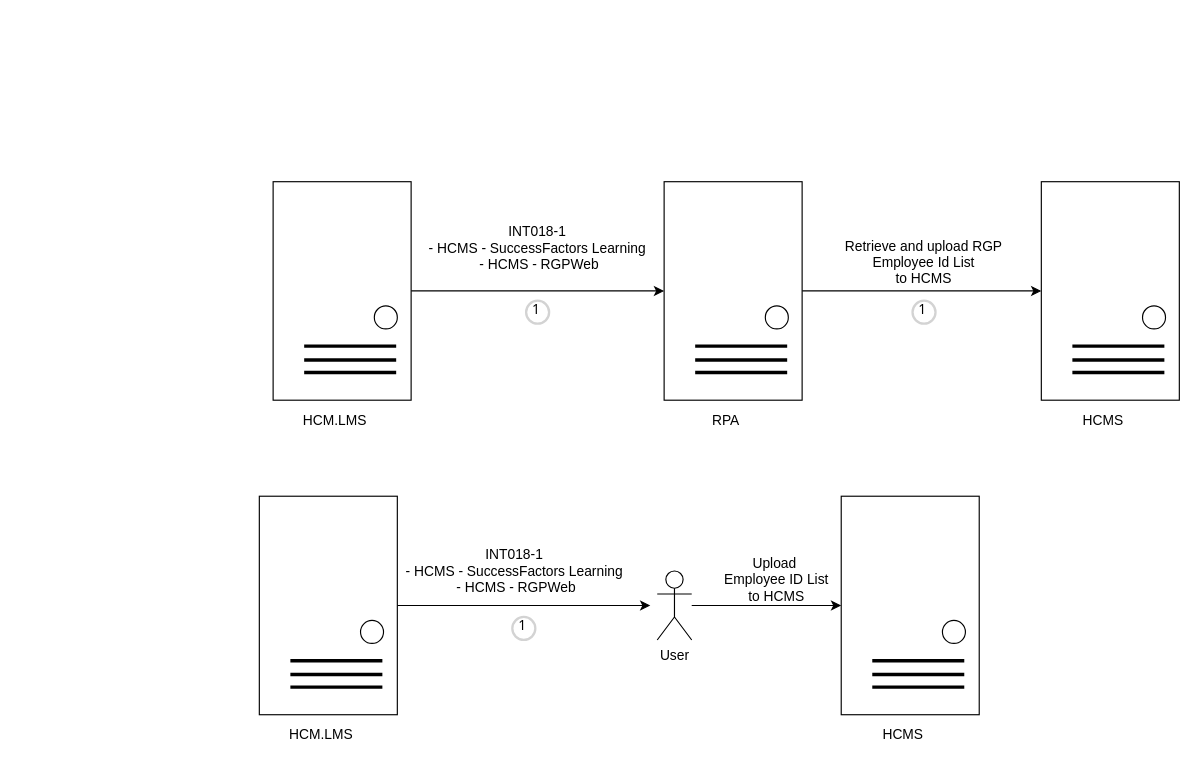
wsxad234/flowchart keeps this draw.io diagram as page "HCMS" (3 of 16) of Untitled Diagram.drawio. Above is the earlier version. Source tidied: cells renumbered, new cells numbered last; positions are measured from the earlier drawing's top-left corner, leaving out a move shared by most shapes. Both pictures are drawn from the tidied source at 115%, with x=0, y=0 at pixel (259, 181).
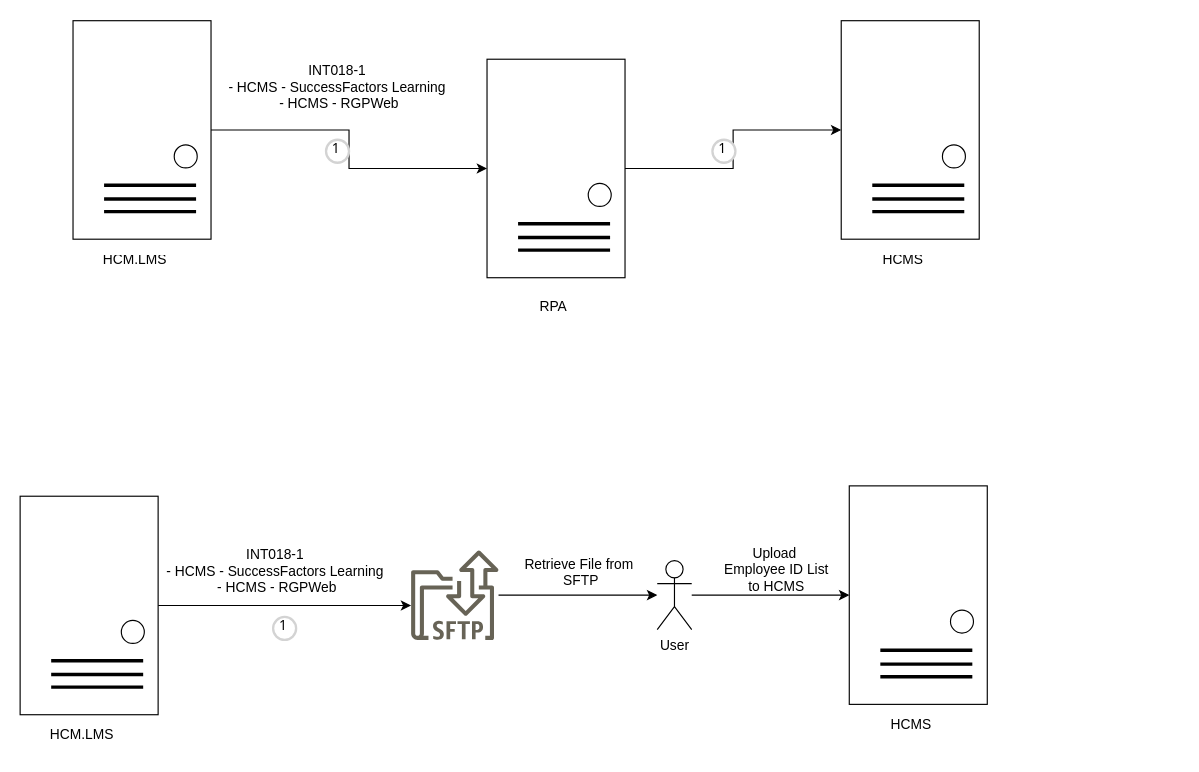
Above is the later version.

Diff of the diagram source:
```diff
@@
     <mxCell id="3" style="rounded=0;whiteSpace=wrap;html=1;" parent="1" vertex="1">
-      <mxGeometry x="12" y="0.5" width="120" height="190" as="geometry" />
+      <mxGeometry x="-162" y="-139.5" width="120" height="190" as="geometry" />
     </mxCell>
     <mxCell id="4" style="ellipse;whiteSpace=wrap;html=1;direction=south;" parent="1" vertex="1">
-      <mxGeometry x="100" y="108.5" width="20" height="20" as="geometry" />
+      <mxGeometry x="-74" y="-31.5" width="20" height="20" as="geometry" />
     </mxCell>
     <mxCell id="5" value="HCM.LMS" style="text;html=1;strokeColor=none;fillColor=none;align=center;verticalAlign=middle;whiteSpace=wrap;rounded=0;" parent="1" vertex="1">
-      <mxGeometry x="36" y="193.5" width="60" height="30" as="geometry" />
+      <mxGeometry x="-138" y="53.5" width="60" height="30" as="geometry" />
     </mxCell>
     <mxCell id="6" style="endArrow=none;html=1;rounded=0;align=center;strokeWidth=3;" parent="1" edge="1">
       <mxGeometry relative="1" as="geometry">
-        <mxPoint x="39" y="143.5" as="sourcePoint" />
-        <mxPoint x="119" y="143.5" as="targetPoint" />
+        <mxPoint x="-135" y="3.5" as="sourcePoint" />
+        <mxPoint x="-55" y="3.5" as="targetPoint" />
       </mxGeometry>
     </mxCell>
     <mxCell id="7" style="endArrow=none;html=1;rounded=0;align=center;strokeWidth=3;" parent="1" edge="1">
       <mxGeometry relative="1" as="geometry">
-        <mxPoint x="39" y="155.5" as="sourcePoint" />
-        <mxPoint x="119" y="155.5" as="targetPoint" />
+        <mxPoint x="-135" y="15.5" as="sourcePoint" />
+        <mxPoint x="-55" y="15.5" as="targetPoint" />
       </mxGeometry>
     </mxCell>
     <mxCell id="8" style="endArrow=none;html=1;rounded=0;align=center;strokeWidth=3;" parent="1" edge="1">
       <mxGeometry relative="1" as="geometry">
-        <mxPoint x="39" y="166.5" as="sourcePoint" />
-        <mxPoint x="119" y="166.5" as="targetPoint" />
+        <mxPoint x="-135" y="26.5" as="sourcePoint" />
+        <mxPoint x="-55" y="26.5" as="targetPoint" />
       </mxGeometry>
     </mxCell>
     <mxCell id="9" style="rounded=0;whiteSpace=wrap;html=1;" parent="1" vertex="1">
-      <mxGeometry x="680" y="0.5" width="120" height="190" as="geometry" />
+      <mxGeometry x="506" y="-139.5" width="120" height="190" as="geometry" />
     </mxCell>
     <mxCell id="10" style="ellipse;whiteSpace=wrap;html=1;direction=south;" parent="1" vertex="1">
-      <mxGeometry x="768" y="108.5" width="20" height="20" as="geometry" />
+      <mxGeometry x="594" y="-31.5" width="20" height="20" as="geometry" />
     </mxCell>
     <mxCell id="11" value="HCMS" style="text;html=1;strokeColor=none;fillColor=none;align=center;verticalAlign=middle;whiteSpace=wrap;rounded=0;" parent="1" vertex="1">
-      <mxGeometry x="704" y="193.5" width="60" height="30" as="geometry" />
+      <mxGeometry x="530" y="53.5" width="60" height="30" as="geometry" />
     </mxCell>
     <mxCell id="12" style="endArrow=none;html=1;rounded=0;align=center;strokeWidth=3;" parent="1" edge="1">
       <mxGeometry relative="1" as="geometry">
-        <mxPoint x="707" y="143.5" as="sourcePoint" />
-        <mxPoint x="787" y="143.5" as="targetPoint" />
+        <mxPoint x="533" y="3.5" as="sourcePoint" />
+        <mxPoint x="613" y="3.5" as="targetPoint" />
       </mxGeometry>
     </mxCell>
     <mxCell id="13" style="endArrow=none;html=1;rounded=0;align=center;strokeWidth=3;" parent="1" edge="1">
       <mxGeometry relative="1" as="geometry">
-        <mxPoint x="707" y="155.5" as="sourcePoint" />
-        <mxPoint x="787" y="155.5" as="targetPoint" />
+        <mxPoint x="533" y="15.5" as="sourcePoint" />
+        <mxPoint x="613" y="15.5" as="targetPoint" />
       </mxGeometry>
     </mxCell>
     <mxCell id="14" style="endArrow=none;html=1;rounded=0;align=center;strokeWidth=3;" parent="1" edge="1">
       <mxGeometry relative="1" as="geometry">
-        <mxPoint x="707" y="166.5" as="sourcePoint" />
-        <mxPoint x="787" y="166.5" as="targetPoint" />
+        <mxPoint x="533" y="26.5" as="sourcePoint" />
+        <mxPoint x="613" y="26.5" as="targetPoint" />
       </mxGeometry>
     </mxCell>
     <mxCell id="15" value="&lt;br&gt;&lt;table style=&quot;border-collapse:&lt;br/&gt; collapse;width:305pt&quot; width=&quot;406&quot; cellspacing=&quot;0&quot; cellpadding=&quot;0&quot; border=&quot;0&quot;&gt;&lt;tbody&gt;&lt;tr style=&quot;height:14.4pt&quot; height=&quot;19&quot;&gt;  &lt;td style=&quot;height:14.4pt;width:305pt&quot; width=&quot;406&quot; class=&quot;xl66&quot; height=&quot;19&quot;&gt;INT018-1&lt;br&gt;  - HCMS - SuccessFactors Learning&lt;br&gt;&amp;nbsp;- HCMS - RGPWeb&lt;/td&gt;&lt;/tr&gt;&lt;/tbody&gt;&lt;/table&gt;" style="text;html=1;strokeColor=none;fillColor=none;align=center;verticalAlign=middle;whiteSpace=wrap;rounded=0;" parent="1" vertex="1">
-      <mxGeometry x="172" y="0.5" width="140" height="100" as="geometry" />
+      <mxGeometry x="-2" y="-139.5" width="140" height="100" as="geometry" />
     </mxCell>
     <mxCell id="16" value="1" style="ellipse;whiteSpace=wrap;html=1;strokeWidth=2;fontFamily=Tahoma;spacingBottom=4;spacingRight=2;strokeColor=#d3d3d3;" parent="1" vertex="1">
-      <mxGeometry x="232" y="104" width="20" height="20" as="geometry" />
+      <mxGeometry x="58" y="-36" width="20" height="20" as="geometry" />
     </mxCell>
@@
     <mxCell id="18" style="rounded=0;whiteSpace=wrap;html=1;" parent="1" vertex="1">
-      <mxGeometry x="352" y="0.5" width="120" height="190" as="geometry" />
+      <mxGeometry x="198" y="-106" width="120" height="190" as="geometry" />
     </mxCell>
     <mxCell id="19" style="ellipse;whiteSpace=wrap;html=1;direction=south;" parent="1" vertex="1">
-      <mxGeometry x="440" y="108.5" width="20" height="20" as="geometry" />
+      <mxGeometry x="286" y="2" width="20" height="20" as="geometry" />
     </mxCell>
     <mxCell id="20" value="RPA" style="text;html=1;strokeColor=none;fillColor=none;align=center;verticalAlign=middle;whiteSpace=wrap;rounded=0;" parent="1" vertex="1">
-      <mxGeometry x="376" y="193.5" width="60" height="30" as="geometry" />
+      <mxGeometry x="226" y="94" width="60" height="30" as="geometry" />
     </mxCell>
     <mxCell id="21" style="endArrow=none;html=1;rounded=0;align=center;strokeWidth=3;" parent="1" edge="1">
       <mxGeometry relative="1" as="geometry">
-        <mxPoint x="379" y="143.5" as="sourcePoint" />
-        <mxPoint x="459" y="143.5" as="targetPoint" />
+        <mxPoint x="225" y="37" as="sourcePoint" />
+        <mxPoint x="305" y="37" as="targetPoint" />
       </mxGeometry>
     </mxCell>
     <mxCell id="22" style="endArrow=none;html=1;rounded=0;align=center;strokeWidth=3;" parent="1" edge="1">
       <mxGeometry relative="1" as="geometry">
-        <mxPoint x="379" y="155.5" as="sourcePoint" />
-        <mxPoint x="459" y="155.5" as="targetPoint" />
+        <mxPoint x="225" y="49" as="sourcePoint" />
+        <mxPoint x="305" y="49" as="targetPoint" />
       </mxGeometry>
     </mxCell>
     <mxCell id="23" style="endArrow=none;html=1;rounded=0;align=center;strokeWidth=3;" parent="1" edge="1">
       <mxGeometry relative="1" as="geometry">
-        <mxPoint x="379" y="166.5" as="sourcePoint" />
-        <mxPoint x="459" y="166.5" as="targetPoint" />
+        <mxPoint x="225" y="60" as="sourcePoint" />
+        <mxPoint x="305" y="60" as="targetPoint" />
       </mxGeometry>
     </mxCell>
-    <mxCell id="24" value="&lt;table style=&quot;border-collapse:&lt;br/&gt; collapse;width:305pt&quot; width=&quot;406&quot; cellspacing=&quot;0&quot; cellpadding=&quot;0&quot; border=&quot;0&quot;&gt;&lt;tbody&gt;&lt;tr style=&quot;height:14.4pt&quot; height=&quot;19&quot;&gt;&lt;td style=&quot;height:14.4pt;width:305pt&quot; width=&quot;406&quot; class=&quot;xl66&quot; height=&quot;19&quot;&gt;&lt;/td&gt;&lt;/tr&gt;&lt;/tbody&gt;&lt;/table&gt;&lt;div style=&quot;&quot;&gt;&lt;span style=&quot;background-color: initial;&quot;&gt;Retrieve and upload RGP&lt;/span&gt;&lt;/div&gt;&lt;div style=&quot;&quot;&gt;&lt;span style=&quot;background-color: initial;&quot;&gt;&amp;nbsp;Employee Id List&lt;/span&gt;&lt;span style=&quot;background-color: initial;&quot;&gt;&amp;nbsp;&lt;/span&gt;&lt;/div&gt;&lt;div style=&quot;&quot;&gt;&lt;span style=&quot;background-color: initial;&quot;&gt;to HCMS&lt;/span&gt;&lt;/div&gt;" style="text;html=1;strokeColor=none;fillColor=none;align=center;verticalAlign=middle;whiteSpace=wrap;rounded=0;" parent="1" vertex="1">
-      <mxGeometry x="506" y="14" width="144" height="94.5" as="geometry" />
+    <mxCell id="24" value="&lt;table style=&quot;border-collapse:&lt;br/&gt; collapse;width:305pt&quot; width=&quot;406&quot; cellspacing=&quot;0&quot; cellpadding=&quot;0&quot; border=&quot;0&quot;&gt;&lt;tbody&gt;&lt;tr style=&quot;height:14.4pt&quot; height=&quot;19&quot;&gt;&lt;td style=&quot;height:14.4pt;width:305pt&quot; width=&quot;406&quot; class=&quot;xl66&quot; height=&quot;19&quot;&gt;&lt;/td&gt;&lt;/tr&gt;&lt;/tbody&gt;&lt;/table&gt;&lt;div style=&quot;&quot;&gt;&lt;span style=&quot;background-color: initial;&quot;&gt;Retrieve File from&amp;nbsp;&lt;/span&gt;&lt;/div&gt;&lt;div style=&quot;&quot;&gt;&lt;span style=&quot;background-color: initial;&quot;&gt;SFTP&lt;br&gt;&lt;/span&gt;&lt;/div&gt;" style="text;html=1;strokeColor=none;fillColor=none;align=center;verticalAlign=middle;whiteSpace=wrap;rounded=0;" parent="1" vertex="1">
+      <mxGeometry x="208" y="294" width="144" height="74.5" as="geometry" />
     </mxCell>
     <mxCell id="25" value="1" style="ellipse;whiteSpace=wrap;html=1;strokeWidth=2;fontFamily=Tahoma;spacingBottom=4;spacingRight=2;strokeColor=#d3d3d3;" parent="1" vertex="1">
-      <mxGeometry x="568" y="104" width="20" height="20" as="geometry" />
+      <mxGeometry x="394" y="-36" width="20" height="20" as="geometry" />
     </mxCell>
     <mxCell id="26" style="edgeStyle=orthogonalEdgeStyle;rounded=0;jettySize=auto;html=1;entryX=0;entryY=0.5;entryDx=0;entryDy=0;" parent="1" edge="1" source="27">
       <mxGeometry relative="1" as="geometry">
-        <mxPoint x="340" y="369" as="targetPoint" />
+        <mxPoint x="132" y="369" as="targetPoint" />
       </mxGeometry>
     </mxCell>
     <mxCell id="27" style="rounded=0;whiteSpace=wrap;html=1;" parent="1" vertex="1">
-      <mxGeometry y="274" width="120" height="190" as="geometry" />
+      <mxGeometry x="-208" y="274" width="120" height="190" as="geometry" />
     </mxCell>
     <mxCell id="28" style="ellipse;whiteSpace=wrap;html=1;direction=south;" parent="1" vertex="1">
-      <mxGeometry x="88" y="382" width="20" height="20" as="geometry" />
+      <mxGeometry x="-120" y="382" width="20" height="20" as="geometry" />
     </mxCell>
     <mxCell id="29" value="HCM.LMS" style="text;html=1;strokeColor=none;fillColor=none;align=center;verticalAlign=middle;whiteSpace=wrap;rounded=0;" parent="1" vertex="1">
-      <mxGeometry x="24" y="467" width="60" height="30" as="geometry" />
+      <mxGeometry x="-184" y="467" width="60" height="30" as="geometry" />
     </mxCell>
     <mxCell id="30" style="endArrow=none;html=1;rounded=0;align=center;strokeWidth=3;" parent="1" edge="1">
       <mxGeometry relative="1" as="geometry">
-        <mxPoint x="27" y="417" as="sourcePoint" />
-        <mxPoint x="107" y="417" as="targetPoint" />
+        <mxPoint x="-181" y="417" as="sourcePoint" />
+        <mxPoint x="-101" y="417" as="targetPoint" />
       </mxGeometry>
     </mxCell>
     <mxCell id="31" style="endArrow=none;html=1;rounded=0;align=center;strokeWidth=3;" parent="1" edge="1">
       <mxGeometry relative="1" as="geometry">
-        <mxPoint x="27" y="429" as="sourcePoint" />
-        <mxPoint x="107" y="429" as="targetPoint" />
+        <mxPoint x="-181" y="429" as="sourcePoint" />
+        <mxPoint x="-101" y="429" as="targetPoint" />
       </mxGeometry>
     </mxCell>
     <mxCell id="32" style="endArrow=none;html=1;rounded=0;align=center;strokeWidth=3;" parent="1" edge="1">
       <mxGeometry relative="1" as="geometry">
-        <mxPoint x="27" y="440" as="sourcePoint" />
-        <mxPoint x="107" y="440" as="targetPoint" />
+        <mxPoint x="-181" y="440" as="sourcePoint" />
+        <mxPoint x="-101" y="440" as="targetPoint" />
       </mxGeometry>
     </mxCell>
     <mxCell id="33" style="rounded=0;whiteSpace=wrap;html=1;" parent="1" vertex="1">
-      <mxGeometry x="506" y="274" width="120" height="190" as="geometry" />
+      <mxGeometry x="513" y="265" width="120" height="190" as="geometry" />
     </mxCell>
     <mxCell id="34" style="ellipse;whiteSpace=wrap;html=1;direction=south;" parent="1" vertex="1">
-      <mxGeometry x="594" y="382" width="20" height="20" as="geometry" />
+      <mxGeometry x="601" y="373" width="20" height="20" as="geometry" />
     </mxCell>
     <mxCell id="35" value="HCMS" style="text;html=1;strokeColor=none;fillColor=none;align=center;verticalAlign=middle;whiteSpace=wrap;rounded=0;" parent="1" vertex="1">
-      <mxGeometry x="530" y="467" width="60" height="30" as="geometry" />
+      <mxGeometry x="537" y="458" width="60" height="30" as="geometry" />
     </mxCell>
     <mxCell id="36" style="endArrow=none;html=1;rounded=0;align=center;strokeWidth=3;" parent="1" edge="1">
       <mxGeometry relative="1" as="geometry">
-        <mxPoint x="533" y="417" as="sourcePoint" />
-        <mxPoint x="613" y="417" as="targetPoint" />
+        <mxPoint x="540" y="408" as="sourcePoint" />
+        <mxPoint x="620" y="408" as="targetPoint" />
       </mxGeometry>
     </mxCell>
     <mxCell id="37" style="endArrow=none;html=1;rounded=0;align=center;strokeWidth=3;" parent="1" edge="1">
       <mxGeometry relative="1" as="geometry">
-        <mxPoint x="533" y="429" as="sourcePoint" />
-        <mxPoint x="613" y="429" as="targetPoint" />
+        <mxPoint x="540" y="420" as="sourcePoint" />
+        <mxPoint x="620" y="420" as="targetPoint" />
       </mxGeometry>
     </mxCell>
     <mxCell id="38" style="endArrow=none;html=1;rounded=0;align=center;strokeWidth=3;" parent="1" edge="1">
       <mxGeometry relative="1" as="geometry">
-        <mxPoint x="533" y="440" as="sourcePoint" />
-        <mxPoint x="613" y="440" as="targetPoint" />
+        <mxPoint x="540" y="431" as="sourcePoint" />
+        <mxPoint x="620" y="431" as="targetPoint" />
       </mxGeometry>
     </mxCell>
     <mxCell id="39" value="1" style="ellipse;whiteSpace=wrap;html=1;strokeWidth=2;fontFamily=Tahoma;spacingBottom=4;spacingRight=2;strokeColor=#d3d3d3;" parent="1" vertex="1">
-      <mxGeometry x="220" y="379" width="20" height="20" as="geometry" />
+      <mxGeometry x="12" y="379" width="20" height="20" as="geometry" />
     </mxCell>
@@
     <mxCell id="41" value="User" style="shape=umlActor;verticalLabelPosition=bottom;verticalAlign=top;html=1;outlineConnect=0;" parent="1" vertex="1">
-      <mxGeometry x="346" y="339" width="30" height="60" as="geometry" />
+      <mxGeometry x="346" y="330" width="30" height="60" as="geometry" />
     </mxCell>
     <mxCell id="42" value="Upload&amp;nbsp; Employee ID List&lt;br&gt;to HCMS" style="text;html=1;strokeColor=none;fillColor=none;align=center;verticalAlign=middle;whiteSpace=wrap;rounded=0;" parent="1" vertex="1">
-      <mxGeometry x="400" y="332" width="100" height="30" as="geometry" />
+      <mxGeometry x="400" y="323" width="100" height="30" as="geometry" />
     </mxCell>
     <mxCell id="43" value="&lt;br&gt;&lt;table style=&quot;border-collapse:&lt;br/&gt; collapse;width:305pt&quot; width=&quot;406&quot; cellspacing=&quot;0&quot; cellpadding=&quot;0&quot; border=&quot;0&quot;&gt;&lt;tbody&gt;&lt;tr style=&quot;height:14.4pt&quot; height=&quot;19&quot;&gt;  &lt;td style=&quot;height:14.4pt;width:305pt&quot; width=&quot;406&quot; class=&quot;xl66&quot; height=&quot;19&quot;&gt;INT018-1&lt;br&gt;  - HCMS - SuccessFactors Learning&lt;br&gt;&amp;nbsp;- HCMS - RGPWeb&lt;/td&gt;&lt;/tr&gt;&lt;/tbody&gt;&lt;/table&gt;" style="text;html=1;strokeColor=none;fillColor=none;align=center;verticalAlign=middle;whiteSpace=wrap;rounded=0;" parent="1" vertex="1">
-      <mxGeometry x="152" y="282" width="140" height="100" as="geometry" />
+      <mxGeometry x="-56" y="282" width="140" height="100" as="geometry" />
     </mxCell>
+    <mxCell id="44" style="edgeStyle=orthogonalEdgeStyle;rounded=0;jettySize=auto;html=1;" parent="1" edge="1" source="45" target="41">
+      <mxGeometry relative="1" as="geometry" />
+    </mxCell>
+    <mxCell id="45" style="sketch=0;outlineConnect=0;dashed=0;verticalLabelPosition=bottom;verticalAlign=top;align=center;html=1;fontSize=7;fontStyle=0;shape=mxgraph.aws4.transfer_for_sftp_resource;strokeWidth=0;spacing=1;fillColor=#676356;strokeColor=#d6b656;" parent="1" vertex="1">
+      <mxGeometry x="132" y="321" width="76" height="78" as="geometry" />
+    </mxCell>
```
